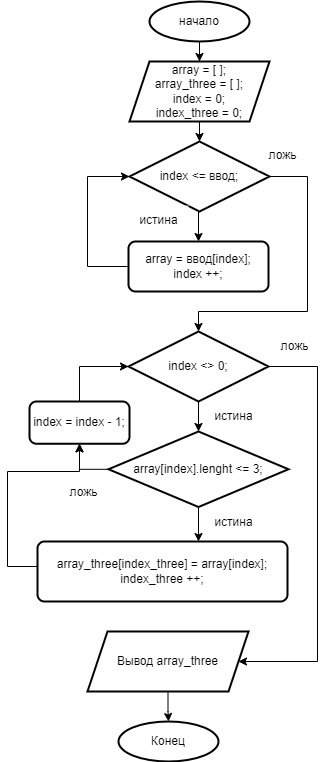
This is final_control_work/блок-схема.png from ArtemFinder/seminar-C-, a draw.io export, as it was before one commit. Source tidied: cells renumbered, new cells last; positions are measured from the earlier drawing's top-left corner, leaving out a move shared by most shapes.
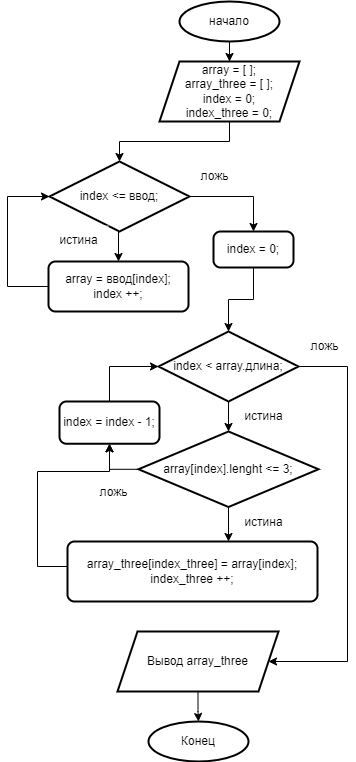
The same diagram one commit later.

Commit message:
блок-схема

The edit, as a diff of the source:
```diff
@@ -16,34 +16,28 @@
     <mxCell id="5" style="edgeStyle=orthogonalEdgeStyle;rounded=0;jettySize=auto;html=1;exitX=0.5;exitY=1;exitDx=0;exitDy=0;entryX=0.5;entryY=0;entryDx=0;entryDy=0;" parent="1" edge="1" source="7" target="9">
       <mxGeometry relative="1" as="geometry" />
     </mxCell>
-    <mxCell id="6" style="edgeStyle=orthogonalEdgeStyle;rounded=0;jettySize=auto;html=1;exitX=1;exitY=0.5;exitDx=0;exitDy=0;entryX=0.5;entryY=0;entryDx=0;entryDy=0;" parent="1" edge="1" source="7" target="14">
-      <mxGeometry relative="1" as="geometry">
-        <Array as="points">
-          <mxPoint x="300" y="175" />
-          <mxPoint x="300" y="310" />
-          <mxPoint x="191" y="310" />
-        </Array>
-      </mxGeometry>
-    </mxCell>
+    <mxCell id="30" style="edgeStyle=orthogonalEdgeStyle;rounded=0;jettySize=auto;html=1;entryX=0.5;entryY=0;entryDx=0;entryDy=0;" parent="1" edge="1" source="7" target="32">
+      <mxGeometry relative="1" as="geometry" />
+    </mxCell>
     <mxCell id="7" value="index &amp;lt;= ввод;" style="rhombus;whiteSpace=wrap;html=1;strokeWidth=2;" parent="1" vertex="1">
-      <mxGeometry x="122" y="140" width="140" height="70" as="geometry" />
+      <mxGeometry x="12" y="160" width="140" height="70" as="geometry" />
     </mxCell>
     <mxCell id="8" style="edgeStyle=orthogonalEdgeStyle;rounded=0;jettySize=auto;html=1;entryX=0;entryY=0.5;entryDx=0;entryDy=0;" parent="1" edge="1" source="9" target="7">
       <mxGeometry relative="1" as="geometry">
         <Array as="points">
-          <mxPoint x="80" y="265" />
-          <mxPoint x="80" y="175" />
+          <mxPoint x="-30" y="285" />
+          <mxPoint x="-30" y="195" />
         </Array>
       </mxGeometry>
     </mxCell>
     <mxCell id="9" value="array = ввод[index];&lt;br&gt;index ++;" style="rounded=1;whiteSpace=wrap;html=1;absoluteArcSize=1;arcSize=14;strokeWidth=2;" parent="1" vertex="1">
-      <mxGeometry x="121" y="240" width="140" height="50" as="geometry" />
+      <mxGeometry x="11" y="260" width="140" height="50" as="geometry" />
     </mxCell>
     <mxCell id="10" value="начало&lt;br&gt;" style="strokeWidth=2;html=1;shape=mxgraph.flowchart.start_1;whiteSpace=wrap;" parent="1" vertex="1">
       <mxGeometry x="142" width="100" height="40" as="geometry" />
     </mxCell>
     <mxCell id="11" value="истина&lt;br&gt;" style="text;html=1;align=center;verticalAlign=middle;fillColor=default;gradientColor=none;opacity=70;" parent="1" vertex="1">
-      <mxGeometry x="121" y="204" width="60" height="30" as="geometry" />
+      <mxGeometry x="11" y="224" width="60" height="30" as="geometry" />
     </mxCell>
     <mxCell id="12" style="edgeStyle=orthogonalEdgeStyle;rounded=0;jettySize=auto;html=1;" parent="1" edge="1" source="14" target="18">
       <mxGeometry relative="1" as="geometry" />
@@ -56,11 +50,11 @@
         </Array>
       </mxGeometry>
     </mxCell>
-    <mxCell id="14" value="index &amp;lt;&amp;gt; 0;" style="rhombus;whiteSpace=wrap;html=1;strokeWidth=2;fillColor=default;gradientColor=none;" parent="1" vertex="1">
+    <mxCell id="14" value="index &amp;lt; array.длина;" style="rhombus;whiteSpace=wrap;html=1;strokeWidth=2;fillColor=default;gradientColor=none;" parent="1" vertex="1">
       <mxGeometry x="121" y="330" width="140" height="70" as="geometry" />
     </mxCell>
     <mxCell id="15" value="ложь" style="text;html=1;align=center;verticalAlign=middle;fillColor=default;gradientColor=none;opacity=70;" parent="1" vertex="1">
-      <mxGeometry x="250" y="139" width="50" height="30" as="geometry" />
+      <mxGeometry x="152" y="160" width="50" height="30" as="geometry" />
     </mxCell>
     <mxCell id="16" style="edgeStyle=orthogonalEdgeStyle;rounded=0;jettySize=auto;html=1;entryX=0.644;entryY=0;entryDx=0;entryDy=0;entryPerimeter=0;" parent="1" edge="1" source="18" target="21">
       <mxGeometry relative="1" as="geometry" />
@@ -114,5 +108,11 @@
     <mxCell id="29" value="Конец" style="strokeWidth=2;html=1;shape=mxgraph.flowchart.start_1;whiteSpace=wrap;fillColor=default;gradientColor=none;" parent="1" vertex="1">
       <mxGeometry x="111" y="720" width="100" height="40" as="geometry" />
     </mxCell>
+    <mxCell id="31" style="edgeStyle=orthogonalEdgeStyle;rounded=0;jettySize=auto;html=1;entryX=0.5;entryY=0;entryDx=0;entryDy=0;" parent="1" edge="1" source="32" target="14">
+      <mxGeometry relative="1" as="geometry" />
+    </mxCell>
+    <mxCell id="32" value="index = 0;&lt;br&gt;" style="rounded=1;whiteSpace=wrap;html=1;absoluteArcSize=1;arcSize=14;strokeWidth=2;fillColor=default;gradientColor=none;" parent="1" vertex="1">
+      <mxGeometry x="176" y="230" width="80" height="36" as="geometry" />
+    </mxCell>
   </root>
 </mxGraphModel>
```
